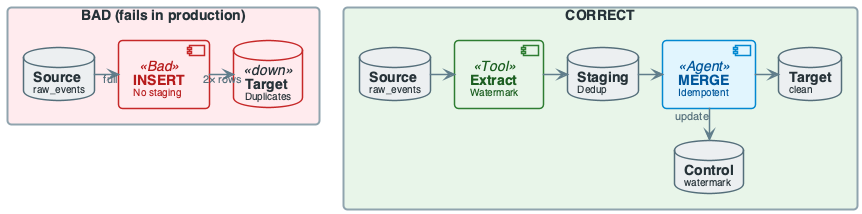
This is diagrams/week04/week4_lecture_bad_architecture.png from OrPerets/data-engineering-course, a PlantUML export, as it was before one commit.
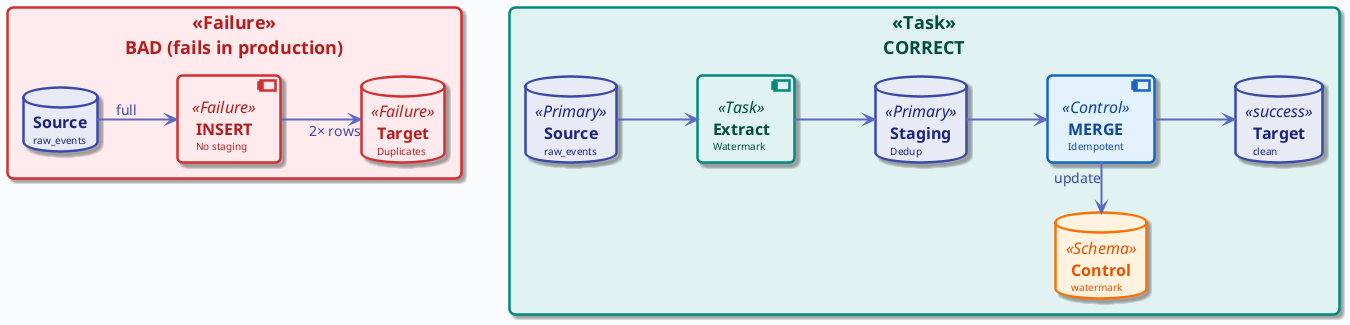
After the change.

Change to the diagram source:
```diff
@@ -1,139 +1,24 @@
 @startuml
 
+!include ../_template_styles.puml
+
 top to bottom direction
-skinparam linetype ortho
-skinparam shadowing false
-skinparam roundcorner 8
-skinparam handwritten false
-skinparam nodesep 24
-skinparam ranksep 28
 
-skinparam defaultFontName "Segoe UI, Helvetica, sans-serif"
-skinparam defaultFontSize 16
-skinparam defaultFontColor #2C3E50
-
-skinparam rectangle {
-    BackgroundColor #F8F9FA
-    BorderColor #90A4AE
-    BorderThickness 2
-    FontColor #263238
-    FontSize 14
-    FontStyle bold
-    Padding 20
-}
-
-skinparam component {
-    BackgroundColor #FFFFFF
-    BorderColor #78909C
-    BorderThickness 1.5
-    FontSize 14
-    Padding 12
-}
-
-skinparam database {
-    BackgroundColor #ECEFF1
-    BorderColor #546E7A
-    BorderThickness 1.5
-    FontSize 14
-    FontColor #263238
-}
-
-skinparam arrow {
-    Color #607D8B
-    Thickness 1.5
-    FontSize 11
-    FontColor #546E7A
-}
-
-skinparam component<<UI>> {
-    BorderColor #8E24AA
-    BackgroundColor #F3E5F5
-    FontColor #4A148C
-}
-
-skinparam component<<Agent>> {
-    BorderColor #0288D1
-    BackgroundColor #E1F5FE
-    FontColor #01579B
-}
-
-skinparam component<<Tool>> {
-    BorderColor #2E7D32
-    BackgroundColor #E8F5E9
-    FontColor #1B5E20
-}
-
-skinparam component<<Config>> {
-    BorderColor #F57C00
-    BackgroundColor #FFF3E0
-    FontColor #E65100
-}
-
-skinparam component<<Bad>> {
-    BorderColor #C62828
-    BackgroundColor #FFEBEE
-    FontColor #B71C1C
-}
-
-skinparam component<<V1>> {
-    BorderColor #F57C00
-    BackgroundColor #FFF3E0
-    FontColor #E65100
-}
-
-skinparam component<<V2>> {
-    BorderColor #2E7D32
-    BackgroundColor #E8F5E9
-    FontColor #1B5E20
-}
-
-skinparam component<<up>> {
-    BackgroundColor #E8F5E9
-    BorderColor #2E7D32
-}
-
-skinparam component<<down>> {
-    BackgroundColor #FFEBEE
-    BorderColor #C62828
-}
-
-skinparam database<<up>> {
-    BackgroundColor #E8F5E9
-    BorderColor #2E7D32
-}
-
-skinparam database<<down>> {
-    BackgroundColor #FFEBEE
-    BorderColor #C62828
-}
-
-skinparam component<<success>> {
-    BackgroundColor #E8F5E9
-    BorderColor #2E7D32
-}
-
-skinparam component<<failure>> {
-    BackgroundColor #FFEBEE
-    BorderColor #C62828
-}
-
-
-
-rectangle "BAD (fails in production)" #FFEBEE {
+rectangle "BAD (fails in production)" <<Failure>> {
     database "**Source**\n<size:10>raw_events</size>" as SRC_BAD
-    component "**INSERT**\n<size:10>No staging</size>" as INS_BAD <<Bad>>
-    database "**Target**\n<size:10>Duplicates</size>" as TGT_BAD <<down>>
+    component "**INSERT**\n<size:10>No staging</size>" as INS_BAD <<Failure>>
+    database "**Target**\n<size:10>Duplicates</size>" as TGT_BAD <<Failure>>
     SRC_BAD -right-> INS_BAD : "full"
     INS_BAD -right-> TGT_BAD : "2× rows"
 }
 
-rectangle "CORRECT" #E8F5E9 {
-    database "**Source**\n<size:10>raw_events</size>" as SRC_OK
-    component "**Extract**\n<size:10>Watermark</size>" as EXT <<Tool>>
-    database "**Staging**\n<size:10>Dedup</size>" as STG
-    component "**MERGE**\n<size:10>Idempotent</size>" as MERGE <<Agent>>
-    database "**Target**\n<size:10>clean</size>" as TGT_OK
-    database "**Control**\n<size:10>watermark</size>" as CTRL
+rectangle "CORRECT" <<Task>> {
+    database "**Source**\n<size:10>raw_events</size>" as SRC_OK <<Primary>>
+    component "**Extract**\n<size:10>Watermark</size>" as EXT <<Task>>
+    database "**Staging**\n<size:10>Dedup</size>" as STG <<Primary>>
+    component "**MERGE**\n<size:10>Idempotent</size>" as MERGE <<Control>>
+    database "**Target**\n<size:10>clean</size>" as TGT_OK <<success>>
+    database "**Control**\n<size:10>watermark</size>" as CTRL <<Schema>>
     SRC_OK -right-> EXT
     EXT -right-> STG
     STG -right-> MERGE
```
